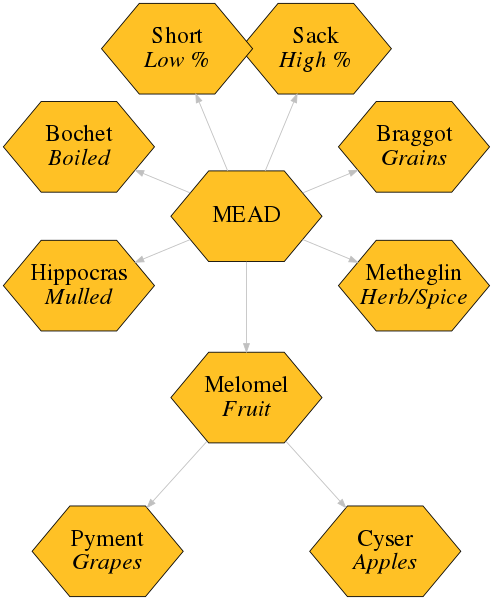
Above: dot/mead-types-simple.png in mrichar1/mead-talk (Graphviz), before the change. Its source is kept beside it as dot/mead-types-simple.dot. Source of this version:
```dot
digraph twopi {

graph [
  size="6,6"
  dpi=100
  ranksep=3
  bgcolor=transparent
]

node [
  shape=hexagon
  style = filled
  fillcolor=goldenrod1
  fixedsize=shape
  width=2.5
  height=1.5
  fontname="Times-Roman"
  fontsize=28
]

edge [color=grey]
MEAD
Braggot [label=<Braggot<br/><i>Grains</i>>]
Sack [label=<Sack<br/><i>High %</i>>]
Short [label=<Short<br/><i>Low %</i>>]
Bochet [label=<Bochet<br/><i>Boiled</i>>]
Hippocras [label=<Hippocras<br/><i>Mulled</i>>]
Melomel  [label=<Melomel<br/><i>Fruit</i>>]
Pyment [label=<Pyment<br/><i>Grapes</i>>]
Cyser [label=<Cyser<br/><i>Apples</i>>]
Metheglin [label=<Metheglin<br/><i>Herb/Spice</i>>]



MEAD -> {Melomel Metheglin Braggot Sack Short Bochet Hippocras}
Melomel -> {Cyser Pyment}
}
```
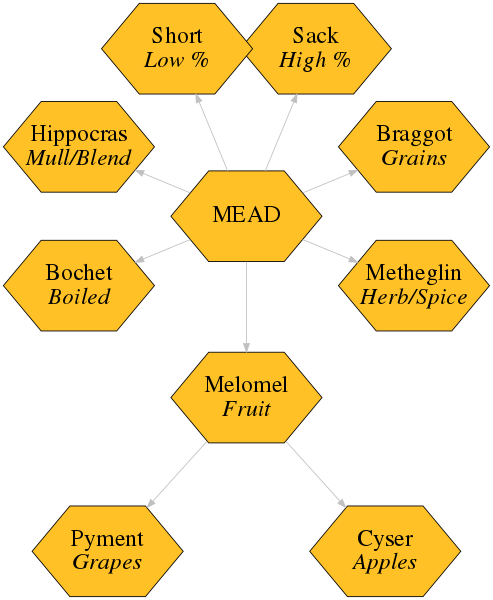
After the change.

What changed in the source:
```diff
@@ -23,8 +23,8 @@
 Braggot [label=<Braggot<br/><i>Grains</i>>]
 Sack [label=<Sack<br/><i>High %</i>>]
 Short [label=<Short<br/><i>Low %</i>>]
+Hippocras [label=<Hippocras<br/><i>Mull/Blend</i>>]
 Bochet [label=<Bochet<br/><i>Boiled</i>>]
-Hippocras [label=<Hippocras<br/><i>Mulled</i>>]
 Melomel  [label=<Melomel<br/><i>Fruit</i>>]
 Pyment [label=<Pyment<br/><i>Grapes</i>>]
 Cyser [label=<Cyser<br/><i>Apples</i>>]
```
